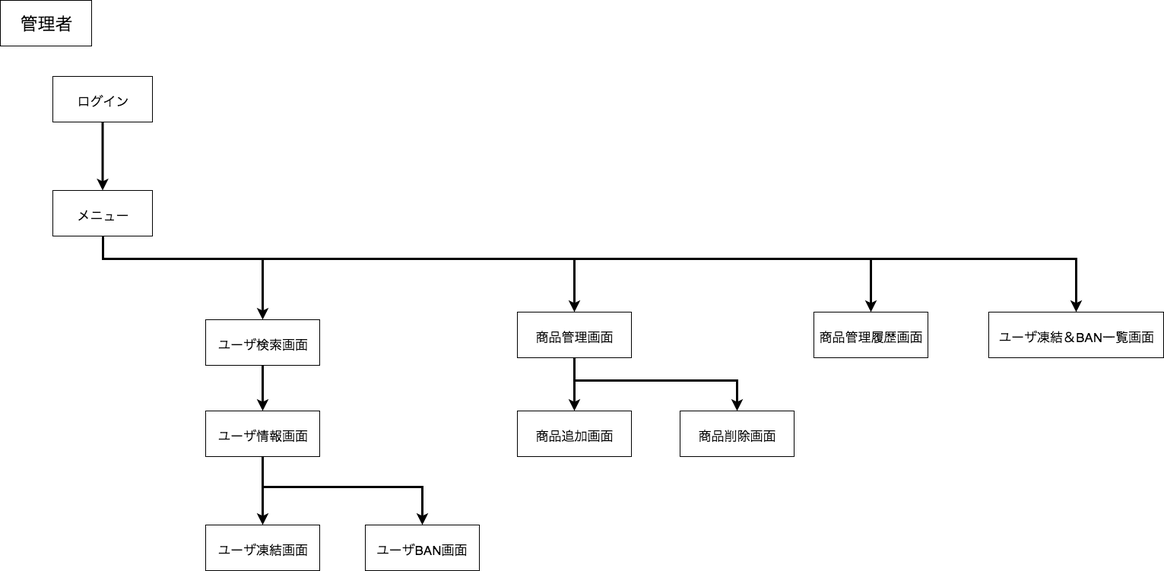
This is Site map/admin_sitemap.png from Cherry0202/SD22, a draw.io export, as it was before one commit. Source tidied: cells renumbered, new cells last; positions are measured from the earlier drawing's top-left corner, leaving out a move shared by most shapes. The source it was exported from:
```xml
<mxGraphModel background="#ffffff">
  <root>
    <mxCell id="0" />
    <mxCell id="1" parent="0" />
    <mxCell id="2" value="&lt;font style=&quot;font-size: 23px&quot;&gt;管理者&lt;/font&gt;" style="rounded=0;whiteSpace=wrap;html=1;strokeColor=#000000;strokeWidth=1;fillColor=#ffffff;fontSize=29;align=center;" parent="1" vertex="1">
      <mxGeometry width="120" height="60" as="geometry" />
    </mxCell>
    <mxCell id="3" style="edgeStyle=orthogonalEdgeStyle;rounded=0;html=1;jettySize=auto;strokeColor=#000000;strokeWidth=3;fillColor=#000000;fontSize=29;" parent="1" edge="1" source="4" target="9">
      <mxGeometry relative="1" as="geometry" />
    </mxCell>
    <mxCell id="4" value="&lt;font style=&quot;font-size: 17px&quot;&gt;ログイン&lt;/font&gt;" style="rounded=0;whiteSpace=wrap;html=1;strokeColor=#000000;strokeWidth=1;fillColor=#ffffff;fontSize=29;align=center;" parent="1" vertex="1">
      <mxGeometry x="69" y="100" width="131" height="60" as="geometry" />
    </mxCell>
    <mxCell id="5" style="edgeStyle=orthogonalEdgeStyle;rounded=0;html=1;entryX=0.5;entryY=0;jettySize=auto;strokeColor=#000000;strokeWidth=3;fillColor=#000000;fontSize=29;" parent="1" edge="1" source="9" target="11">
      <mxGeometry relative="1" as="geometry">
        <Array as="points">
          <mxPoint x="135" y="340" />
          <mxPoint x="345" y="340" />
        </Array>
      </mxGeometry>
    </mxCell>
    <mxCell id="6" style="edgeStyle=orthogonalEdgeStyle;rounded=0;html=1;entryX=0.5;entryY=0;jettySize=auto;strokeColor=#000000;strokeWidth=3;fillColor=#000000;fontSize=29;" parent="1" edge="1" source="9" target="19">
      <mxGeometry relative="1" as="geometry">
        <Array as="points">
          <mxPoint x="135" y="340" />
          <mxPoint x="755" y="340" />
        </Array>
      </mxGeometry>
    </mxCell>
    <mxCell id="7" style="edgeStyle=orthogonalEdgeStyle;rounded=0;html=1;jettySize=auto;strokeColor=#000000;strokeWidth=3;fillColor=#000000;fontSize=29;" parent="1" edge="1" source="9" target="22">
      <mxGeometry relative="1" as="geometry">
        <Array as="points">
          <mxPoint x="135" y="340" />
          <mxPoint x="1145" y="340" />
        </Array>
      </mxGeometry>
    </mxCell>
    <mxCell id="8" style="edgeStyle=orthogonalEdgeStyle;rounded=0;html=1;entryX=0.5;entryY=0;jettySize=auto;strokeColor=#000000;strokeWidth=3;fillColor=#000000;fontSize=29;" parent="1" edge="1" source="9" target="23">
      <mxGeometry relative="1" as="geometry">
        <Array as="points">
          <mxPoint x="135" y="340" />
          <mxPoint x="1415" y="340" />
        </Array>
      </mxGeometry>
    </mxCell>
    <mxCell id="9" value="&lt;span style=&quot;font-size: 17px&quot;&gt;メニュー&lt;/span&gt;" style="rounded=0;whiteSpace=wrap;html=1;strokeColor=#000000;strokeWidth=1;fillColor=#ffffff;fontSize=29;align=center;" parent="1" vertex="1">
      <mxGeometry x="69" y="250" width="131" height="60" as="geometry" />
    </mxCell>
    <mxCell id="10" style="edgeStyle=orthogonalEdgeStyle;rounded=0;html=1;entryX=0.5;entryY=0;jettySize=auto;strokeColor=#000000;strokeWidth=3;fillColor=#000000;fontSize=29;" parent="1" edge="1" source="11" target="14">
      <mxGeometry relative="1" as="geometry" />
    </mxCell>
    <mxCell id="11" value="&lt;span style=&quot;font-size: 17px&quot;&gt;ユーザ検索画面&lt;/span&gt;" style="rounded=0;whiteSpace=wrap;html=1;strokeColor=#000000;strokeWidth=1;fillColor=#ffffff;fontSize=29;align=center;" parent="1" vertex="1">
      <mxGeometry x="270" y="420" width="150" height="60" as="geometry" />
    </mxCell>
    <mxCell id="12" style="edgeStyle=orthogonalEdgeStyle;rounded=0;html=1;entryX=0.5;entryY=0;jettySize=auto;strokeColor=#000000;strokeWidth=3;fillColor=#000000;fontSize=29;" parent="1" edge="1" source="14" target="15">
      <mxGeometry relative="1" as="geometry" />
    </mxCell>
    <mxCell id="13" style="edgeStyle=orthogonalEdgeStyle;rounded=0;html=1;entryX=0.5;entryY=0;jettySize=auto;strokeColor=#000000;strokeWidth=3;fillColor=#000000;fontSize=29;" parent="1" edge="1" source="14" target="16">
      <mxGeometry relative="1" as="geometry">
        <Array as="points">
          <mxPoint x="345" y="640" />
          <mxPoint x="555" y="640" />
        </Array>
      </mxGeometry>
    </mxCell>
    <mxCell id="14" value="&lt;span style=&quot;font-size: 17px&quot;&gt;ユーザ情報画面&lt;/span&gt;" style="rounded=0;whiteSpace=wrap;html=1;strokeColor=#000000;strokeWidth=1;fillColor=#ffffff;fontSize=29;align=center;" parent="1" vertex="1">
      <mxGeometry x="270" y="540" width="150" height="60" as="geometry" />
    </mxCell>
    <mxCell id="15" value="&lt;span style=&quot;font-size: 17px&quot;&gt;ユーザ凍結画面&lt;/span&gt;" style="rounded=0;whiteSpace=wrap;html=1;strokeColor=#000000;strokeWidth=1;fillColor=#ffffff;fontSize=29;align=center;" parent="1" vertex="1">
      <mxGeometry x="270" y="690" width="150" height="60" as="geometry" />
    </mxCell>
    <mxCell id="16" value="&lt;span style=&quot;font-size: 17px&quot;&gt;ユーザBAN画面&lt;/span&gt;" style="rounded=0;whiteSpace=wrap;html=1;strokeColor=#000000;strokeWidth=1;fillColor=#ffffff;fontSize=29;align=center;" parent="1" vertex="1">
      <mxGeometry x="480" y="690" width="150" height="60" as="geometry" />
    </mxCell>
    <mxCell id="17" style="edgeStyle=orthogonalEdgeStyle;rounded=0;html=1;entryX=0.5;entryY=0;jettySize=auto;strokeColor=#000000;strokeWidth=3;fillColor=#000000;fontSize=29;" parent="1" edge="1" source="19" target="20">
      <mxGeometry relative="1" as="geometry" />
    </mxCell>
    <mxCell id="18" style="edgeStyle=orthogonalEdgeStyle;rounded=0;html=1;entryX=0.5;entryY=0;jettySize=auto;strokeColor=#000000;strokeWidth=3;fillColor=#000000;fontSize=29;" parent="1" edge="1" source="19" target="21">
      <mxGeometry relative="1" as="geometry">
        <Array as="points">
          <mxPoint x="755" y="500" />
          <mxPoint x="969" y="500" />
        </Array>
      </mxGeometry>
    </mxCell>
    <mxCell id="19" value="&lt;span style=&quot;font-size: 17px&quot;&gt;商品管理画面&lt;/span&gt;" style="rounded=0;whiteSpace=wrap;html=1;strokeColor=#000000;strokeWidth=1;fillColor=#ffffff;fontSize=29;align=center;" parent="1" vertex="1">
      <mxGeometry x="680" y="410" width="150" height="60" as="geometry" />
    </mxCell>
    <mxCell id="20" value="&lt;span style=&quot;font-size: 17px&quot;&gt;商品追加画面&lt;/span&gt;" style="rounded=0;whiteSpace=wrap;html=1;strokeColor=#000000;strokeWidth=1;fillColor=#ffffff;fontSize=29;align=center;" parent="1" vertex="1">
      <mxGeometry x="680" y="540" width="150" height="60" as="geometry" />
    </mxCell>
    <mxCell id="21" value="&lt;span style=&quot;font-size: 17px&quot;&gt;商品削除画面&lt;/span&gt;" style="rounded=0;whiteSpace=wrap;html=1;strokeColor=#000000;strokeWidth=1;fillColor=#ffffff;fontSize=29;align=center;" parent="1" vertex="1">
      <mxGeometry x="894" y="540" width="150" height="60" as="geometry" />
    </mxCell>
    <mxCell id="22" value="&lt;span style=&quot;font-size: 17px&quot;&gt;商品管理履歴画面&lt;/span&gt;" style="rounded=0;whiteSpace=wrap;html=1;strokeColor=#000000;strokeWidth=1;fillColor=#ffffff;fontSize=29;align=center;" parent="1" vertex="1">
      <mxGeometry x="1070" y="410" width="150" height="60" as="geometry" />
    </mxCell>
    <mxCell id="23" value="&lt;span style=&quot;font-size: 17px&quot;&gt;ユーザ凍結＆BAN一覧画面&lt;/span&gt;" style="rounded=0;whiteSpace=wrap;html=1;strokeColor=#000000;strokeWidth=1;fillColor=#ffffff;fontSize=29;align=center;" parent="1" vertex="1">
      <mxGeometry x="1300" y="410" width="230" height="60" as="geometry" />
    </mxCell>
  </root>
</mxGraphModel>
```
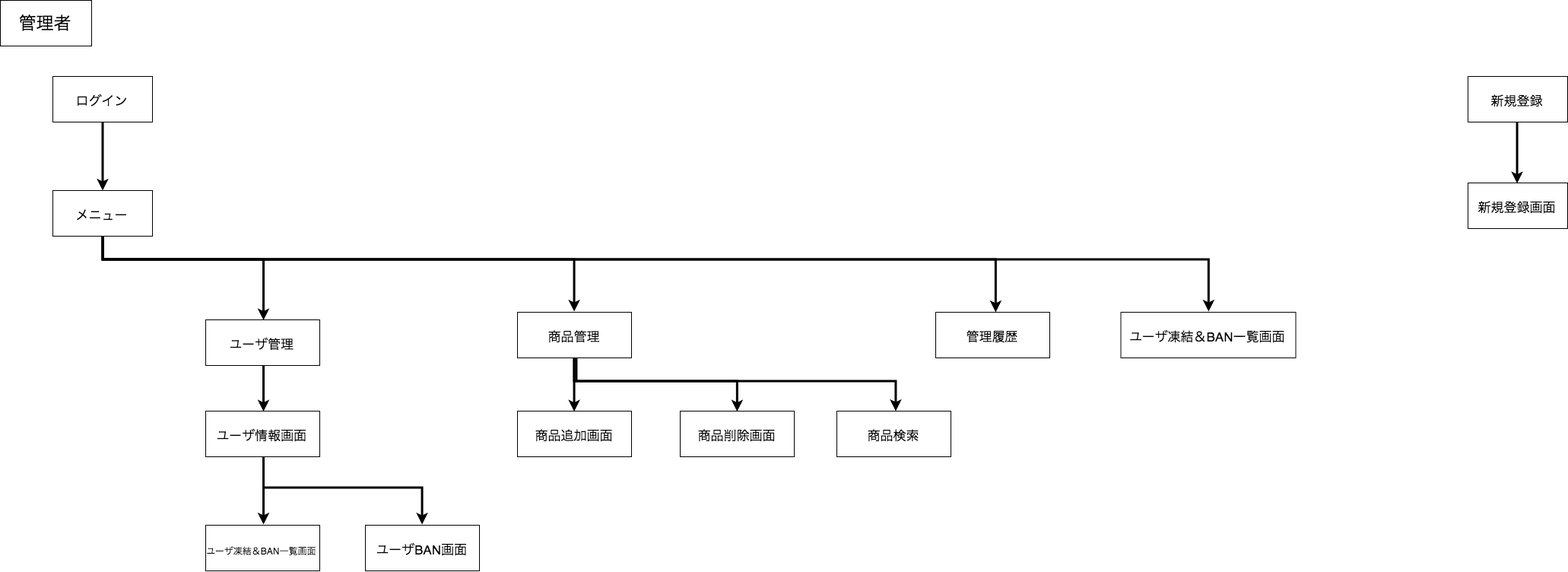
After the change.

Change to the diagram source:
```diff
@@ -30,16 +30,16 @@
     <mxCell id="7" style="edgeStyle=orthogonalEdgeStyle;rounded=0;html=1;jettySize=auto;strokeColor=#000000;strokeWidth=3;fillColor=#000000;fontSize=29;" parent="1" edge="1" source="9" target="22">
       <mxGeometry relative="1" as="geometry">
         <Array as="points">
-          <mxPoint x="135" y="340" />
-          <mxPoint x="1145" y="340" />
+          <mxPoint x="136" y="340" />
+          <mxPoint x="1310" y="340" />
         </Array>
       </mxGeometry>
     </mxCell>
     <mxCell id="8" style="edgeStyle=orthogonalEdgeStyle;rounded=0;html=1;entryX=0.5;entryY=0;jettySize=auto;strokeColor=#000000;strokeWidth=3;fillColor=#000000;fontSize=29;" parent="1" edge="1" source="9" target="23">
       <mxGeometry relative="1" as="geometry">
         <Array as="points">
-          <mxPoint x="135" y="340" />
-          <mxPoint x="1415" y="340" />
+          <mxPoint x="136" y="340" />
+          <mxPoint x="1588" y="340" />
         </Array>
       </mxGeometry>
     </mxCell>
@@ -49,7 +49,7 @@
     <mxCell id="10" style="edgeStyle=orthogonalEdgeStyle;rounded=0;html=1;entryX=0.5;entryY=0;jettySize=auto;strokeColor=#000000;strokeWidth=3;fillColor=#000000;fontSize=29;" parent="1" edge="1" source="11" target="14">
       <mxGeometry relative="1" as="geometry" />
     </mxCell>
-    <mxCell id="11" value="&lt;span style=&quot;font-size: 17px&quot;&gt;ユーザ検索画面&lt;/span&gt;" style="rounded=0;whiteSpace=wrap;html=1;strokeColor=#000000;strokeWidth=1;fillColor=#ffffff;fontSize=29;align=center;" parent="1" vertex="1">
+    <mxCell id="11" value="&lt;span style=&quot;font-size: 17px&quot;&gt;ユーザ管理&lt;/span&gt;" style="rounded=0;whiteSpace=wrap;html=1;strokeColor=#000000;strokeWidth=1;fillColor=#ffffff;fontSize=29;align=center;" parent="1" vertex="1">
       <mxGeometry x="270" y="420" width="150" height="60" as="geometry" />
     </mxCell>
     <mxCell id="12" style="edgeStyle=orthogonalEdgeStyle;rounded=0;html=1;entryX=0.5;entryY=0;jettySize=auto;strokeColor=#000000;strokeWidth=3;fillColor=#000000;fontSize=29;" parent="1" edge="1" source="14" target="15">
@@ -66,7 +66,7 @@
     <mxCell id="14" value="&lt;span style=&quot;font-size: 17px&quot;&gt;ユーザ情報画面&lt;/span&gt;" style="rounded=0;whiteSpace=wrap;html=1;strokeColor=#000000;strokeWidth=1;fillColor=#ffffff;fontSize=29;align=center;" parent="1" vertex="1">
       <mxGeometry x="270" y="540" width="150" height="60" as="geometry" />
     </mxCell>
-    <mxCell id="15" value="&lt;span style=&quot;font-size: 17px&quot;&gt;ユーザ凍結画面&lt;/span&gt;" style="rounded=0;whiteSpace=wrap;html=1;strokeColor=#000000;strokeWidth=1;fillColor=#ffffff;fontSize=29;align=center;" parent="1" vertex="1">
+    <mxCell id="15" value="&lt;font style=&quot;font-size: 12px&quot;&gt;ユーザ凍結＆BAN一覧画面&lt;/font&gt;" style="rounded=0;whiteSpace=wrap;html=1;strokeColor=#000000;strokeWidth=1;fillColor=#ffffff;fontSize=29;align=center;" parent="1" vertex="1">
       <mxGeometry x="270" y="690" width="150" height="60" as="geometry" />
     </mxCell>
     <mxCell id="16" value="&lt;span style=&quot;font-size: 17px&quot;&gt;ユーザBAN画面&lt;/span&gt;" style="rounded=0;whiteSpace=wrap;html=1;strokeColor=#000000;strokeWidth=1;fillColor=#ffffff;fontSize=29;align=center;" parent="1" vertex="1">
@@ -83,7 +83,15 @@
         </Array>
       </mxGeometry>
     </mxCell>
+    <mxCell id="24" style="edgeStyle=orthogonalEdgeStyle;rounded=0;html=1;jettySize=auto;strokeColor=#000000;strokeWidth=3;fillColor=#000000;fontSize=29;" parent="1" edge="1" source="19" target="28">
+      <mxGeometry relative="1" as="geometry">
+        <Array as="points">
+          <mxPoint x="756" y="500" />
+          <mxPoint x="1176" y="500" />
+        </Array>
+      </mxGeometry>
+    </mxCell>
-    <mxCell id="19" value="&lt;span style=&quot;font-size: 17px&quot;&gt;商品管理画面&lt;/span&gt;" style="rounded=0;whiteSpace=wrap;html=1;strokeColor=#000000;strokeWidth=1;fillColor=#ffffff;fontSize=29;align=center;" parent="1" vertex="1">
+    <mxCell id="19" value="&lt;span style=&quot;font-size: 17px&quot;&gt;商品管理&lt;/span&gt;" style="rounded=0;whiteSpace=wrap;html=1;strokeColor=#000000;strokeWidth=1;fillColor=#ffffff;fontSize=29;align=center;" parent="1" vertex="1">
       <mxGeometry x="680" y="410" width="150" height="60" as="geometry" />
     </mxCell>
     <mxCell id="20" value="&lt;span style=&quot;font-size: 17px&quot;&gt;商品追加画面&lt;/span&gt;" style="rounded=0;whiteSpace=wrap;html=1;strokeColor=#000000;strokeWidth=1;fillColor=#ffffff;fontSize=29;align=center;" parent="1" vertex="1">
@@ -92,11 +100,23 @@
     <mxCell id="21" value="&lt;span style=&quot;font-size: 17px&quot;&gt;商品削除画面&lt;/span&gt;" style="rounded=0;whiteSpace=wrap;html=1;strokeColor=#000000;strokeWidth=1;fillColor=#ffffff;fontSize=29;align=center;" parent="1" vertex="1">
       <mxGeometry x="894" y="540" width="150" height="60" as="geometry" />
     </mxCell>
-    <mxCell id="22" value="&lt;span style=&quot;font-size: 17px&quot;&gt;商品管理履歴画面&lt;/span&gt;" style="rounded=0;whiteSpace=wrap;html=1;strokeColor=#000000;strokeWidth=1;fillColor=#ffffff;fontSize=29;align=center;" parent="1" vertex="1">
-      <mxGeometry x="1070" y="410" width="150" height="60" as="geometry" />
+    <mxCell id="22" value="&lt;span style=&quot;font-size: 17px&quot;&gt;管理履歴&lt;/span&gt;" style="rounded=0;whiteSpace=wrap;html=1;strokeColor=#000000;strokeWidth=1;fillColor=#ffffff;fontSize=29;align=center;" parent="1" vertex="1">
+      <mxGeometry x="1230" y="410" width="150" height="60" as="geometry" />
     </mxCell>
     <mxCell id="23" value="&lt;span style=&quot;font-size: 17px&quot;&gt;ユーザ凍結＆BAN一覧画面&lt;/span&gt;" style="rounded=0;whiteSpace=wrap;html=1;strokeColor=#000000;strokeWidth=1;fillColor=#ffffff;fontSize=29;align=center;" parent="1" vertex="1">
-      <mxGeometry x="1300" y="410" width="230" height="60" as="geometry" />
+      <mxGeometry x="1473.5" y="410" width="230" height="60" as="geometry" />
     </mxCell>
+    <mxCell id="25" style="edgeStyle=orthogonalEdgeStyle;rounded=0;html=1;entryX=0.5;entryY=0;jettySize=auto;strokeColor=#000000;strokeWidth=3;fillColor=#000000;fontSize=29;" parent="1" edge="1" source="26" target="27">
+      <mxGeometry relative="1" as="geometry" />
+    </mxCell>
+    <mxCell id="26" value="&lt;font style=&quot;font-size: 17px&quot;&gt;新規登録&lt;/font&gt;" style="rounded=0;whiteSpace=wrap;html=1;strokeColor=#000000;strokeWidth=1;fillColor=#ffffff;fontSize=29;align=center;" parent="1" vertex="1">
+      <mxGeometry x="1930" y="100" width="131" height="60" as="geometry" />
+    </mxCell>
+    <mxCell id="27" value="&lt;font style=&quot;font-size: 17px&quot;&gt;新規登録画面&lt;/font&gt;" style="rounded=0;whiteSpace=wrap;html=1;strokeColor=#000000;strokeWidth=1;fillColor=#ffffff;fontSize=29;align=center;" parent="1" vertex="1">
+      <mxGeometry x="1930" y="240" width="131" height="60" as="geometry" />
+    </mxCell>
+    <mxCell id="28" value="&lt;span style=&quot;font-size: 17px&quot;&gt;商品検索&lt;/span&gt;" style="rounded=0;whiteSpace=wrap;html=1;strokeColor=#000000;strokeWidth=1;fillColor=#ffffff;fontSize=29;align=center;" parent="1" vertex="1">
+      <mxGeometry x="1100" y="540" width="150" height="60" as="geometry" />
+    </mxCell>
   </root>
 </mxGraphModel>
```
